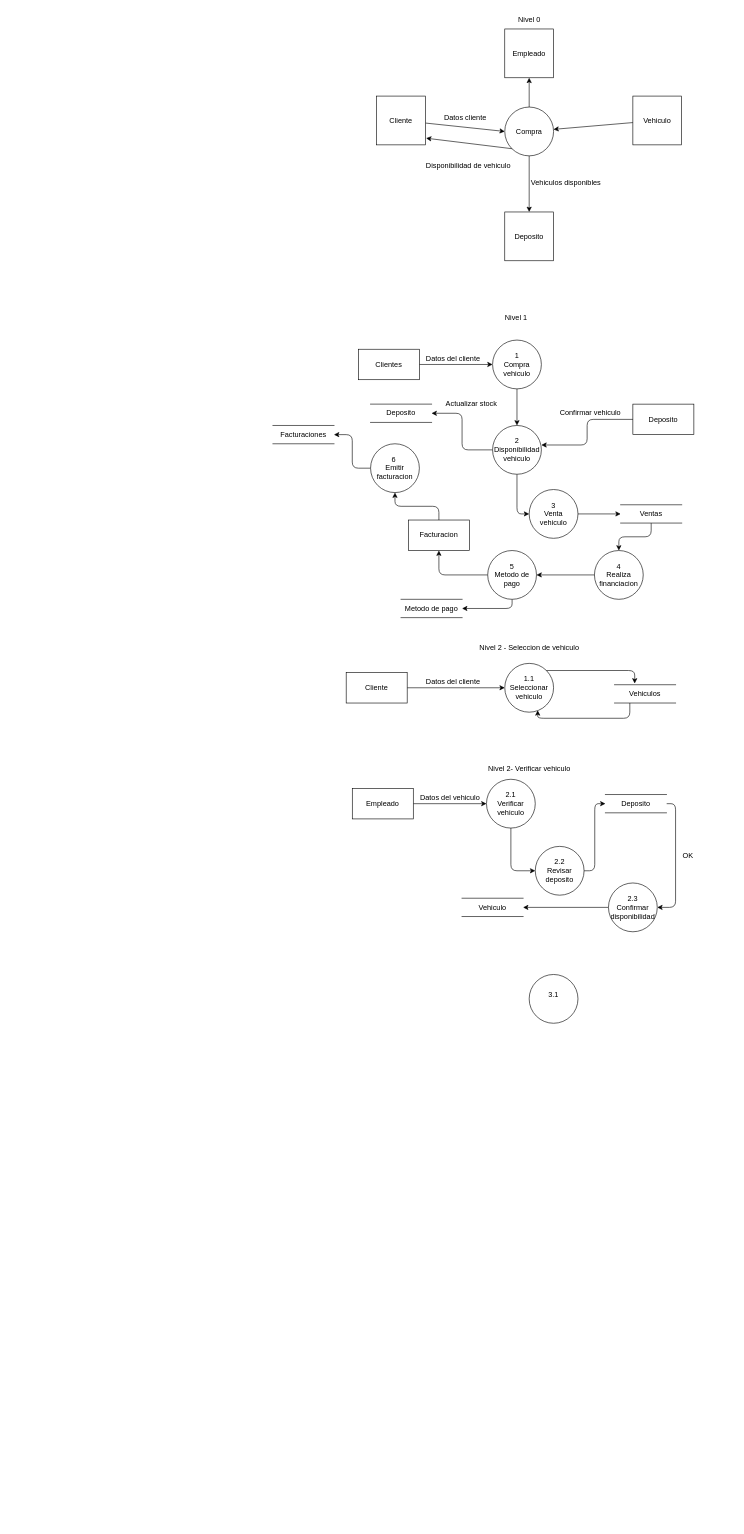
Above: DFD.drawio in FerLalle/PremiumQuality_AnalisisSistemas (draw.io), before the change. Source tidied: cells renumbered, new cells numbered last; positions are measured from the earlier drawing's top-left corner, leaving out a move shared by most shapes. Both pictures are drawn from the tidied source at 61%, with x=0, y=0 at pixel (273, 10).
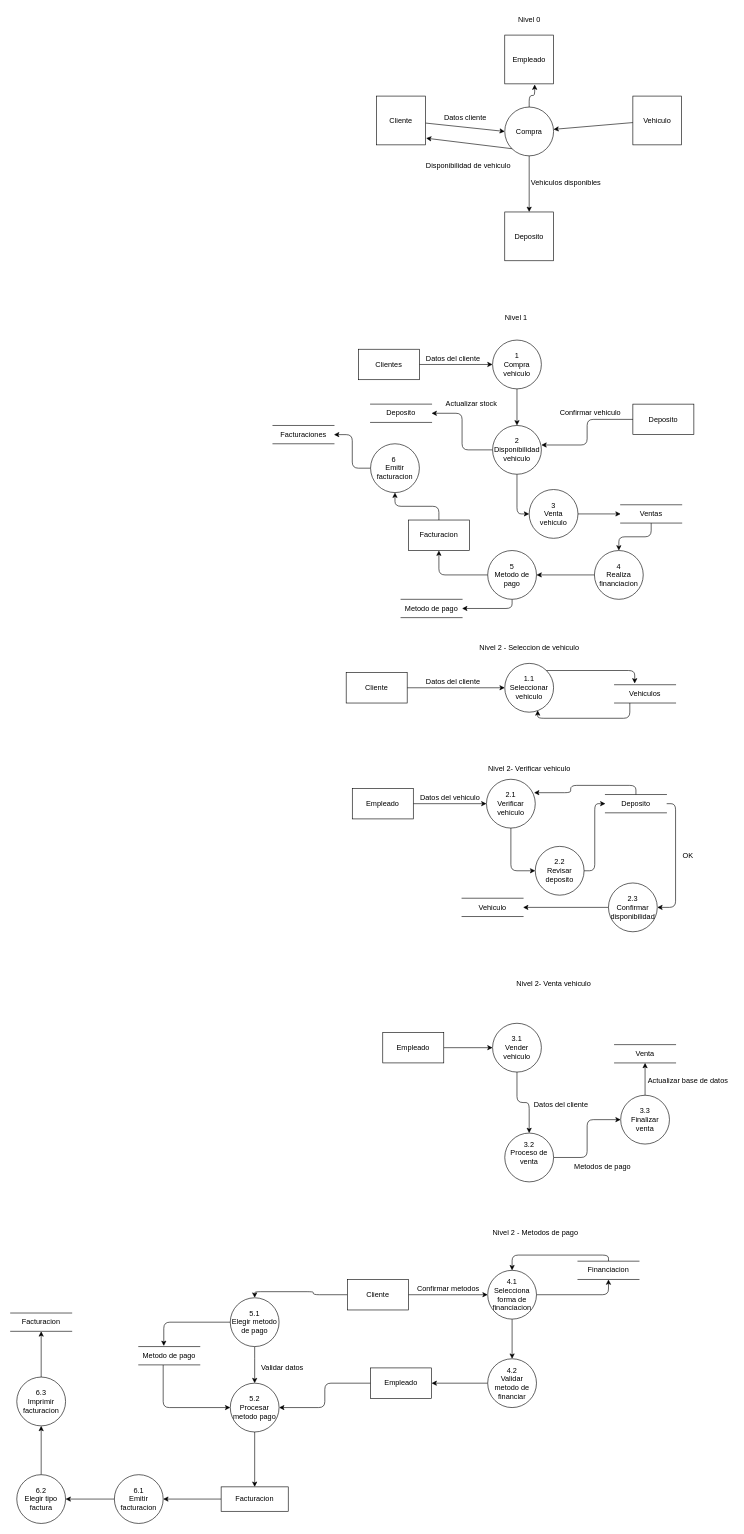
Above is the later version.

Commit message:
Finalizando nivel 2 DFD

Unchanged cells that the change refers to:
```xml
<mxCell id="4" value="Compra" style="ellipse;whiteSpace=wrap;html=1;" parent="1" vertex="1">
  <mxGeometry x="380" y="158" width="80" height="80" as="geometry" />
</mxCell>
<mxCell id="47" value="2.1&lt;div&gt;Verificar vehiculo&lt;/div&gt;" style="ellipse;whiteSpace=wrap;html=1;" parent="1" vertex="1">
  <mxGeometry x="350" y="1260" width="80" height="80" as="geometry" />
</mxCell>
<mxCell id="53" value="Deposito" style="html=1;dashed=0;whiteSpace=wrap;shape=partialRectangle;right=0;left=0;" parent="1" vertex="1">
  <mxGeometry x="545" y="1285" width="100" height="30" as="geometry" />
</mxCell>
```

Diff of the diagram source:
```diff
@@
-    <mxCell id="3" style="edgeStyle=none;html=1;entryX=0.5;entryY=1;entryDx=0;entryDy=0;" parent="1" edge="1" source="4" target="57">
-      <mxGeometry relative="1" as="geometry" />
-    </mxCell>
@@
+    <mxCell id="68" style="edgeStyle=orthogonalEdgeStyle;html=1;entryX=0.5;entryY=0;entryDx=0;entryDy=0;" parent="1" edge="1" source="54" target="73">
+      <mxGeometry relative="1" as="geometry" />
+    </mxCell>
-    <mxCell id="54" value="3.1&lt;div&gt;&lt;br&gt;&lt;/div&gt;" style="ellipse;whiteSpace=wrap;html=1;" parent="1" vertex="1">
-      <mxGeometry x="420" y="1580" width="80" height="80" as="geometry" />
+    <mxCell id="54" value="3.1&lt;div&gt;Vender vehiculo&lt;/div&gt;" style="ellipse;whiteSpace=wrap;html=1;" parent="1" vertex="1">
+      <mxGeometry x="360" y="1660" width="80" height="80" as="geometry" />
     </mxCell>
@@
-    <mxCell id="57" value="Empleado" style="whiteSpace=wrap;html=1;" parent="1" vertex="1">
-      <mxGeometry x="380" y="30" width="80" height="80" as="geometry" />
-    </mxCell>
@@
+    <mxCell id="69" style="edgeStyle=none;html=1;" parent="1" edge="1" source="70" target="54">
+      <mxGeometry relative="1" as="geometry" />
+    </mxCell>
+    <mxCell id="70" value="Empleado" style="html=1;dashed=0;whiteSpace=wrap;" parent="1" vertex="1">
+      <mxGeometry x="180" y="1675" width="100" height="50" as="geometry" />
+    </mxCell>
+    <mxCell id="71" value="Nivel 2- Venta vehiculo" style="text;html=1;align=center;verticalAlign=middle;strokeColor=none;fillColor=none;" parent="1" vertex="1">
+      <mxGeometry x="385" y="1580" width="150" height="30" as="geometry" />
+    </mxCell>
+    <mxCell id="72" style="edgeStyle=orthogonalEdgeStyle;html=1;entryX=0;entryY=0.5;entryDx=0;entryDy=0;" parent="1" edge="1" source="73" target="75">
+      <mxGeometry relative="1" as="geometry" />
+    </mxCell>
+    <mxCell id="73" value="3.2&lt;div&gt;&lt;font color=&quot;#000000&quot;&gt;Proceso de venta&lt;br&gt;&lt;/font&gt;&lt;div&gt;&lt;br&gt;&lt;/div&gt;&lt;/div&gt;" style="ellipse;whiteSpace=wrap;html=1;" parent="1" vertex="1">
+      <mxGeometry x="380" y="1840" width="80" height="80" as="geometry" />
+    </mxCell>
+    <mxCell id="74" style="edgeStyle=orthogonalEdgeStyle;html=1;entryX=0.5;entryY=1;entryDx=0;entryDy=0;" parent="1" edge="1" source="75" target="78">
+      <mxGeometry relative="1" as="geometry" />
+    </mxCell>
+    <mxCell id="75" value="3.3&lt;div&gt;Finalizar venta&lt;/div&gt;" style="ellipse;whiteSpace=wrap;html=1;" parent="1" vertex="1">
+      <mxGeometry x="570" y="1778" width="80" height="80" as="geometry" />
+    </mxCell>
+    <mxCell id="76" value="Datos del cliente" style="text;html=1;align=center;verticalAlign=middle;strokeColor=none;fillColor=none;" parent="1" vertex="1">
+      <mxGeometry x="417" y="1778" width="110" height="30" as="geometry" />
+    </mxCell>
+    <mxCell id="77" value="Metodos de pago" style="text;html=1;align=center;verticalAlign=middle;strokeColor=none;fillColor=none;" parent="1" vertex="1">
+      <mxGeometry x="480" y="1880" width="120" height="30" as="geometry" />
+    </mxCell>
+    <mxCell id="78" value="Venta" style="html=1;dashed=0;whiteSpace=wrap;shape=partialRectangle;right=0;left=0;" parent="1" vertex="1">
+      <mxGeometry x="560" y="1695" width="100" height="30" as="geometry" />
+    </mxCell>
+    <mxCell id="79" value="Actualizar base de datos" style="text;html=1;align=center;verticalAlign=middle;strokeColor=none;fillColor=none;" parent="1" vertex="1">
+      <mxGeometry x="605" y="1740" width="150" height="30" as="geometry" />
+    </mxCell>
+    <mxCell id="80" value="Nivel 2 - Metodos de pago" style="text;html=1;align=center;verticalAlign=middle;strokeColor=none;fillColor=none;" parent="1" vertex="1">
+      <mxGeometry x="350" y="1988" width="160" height="30" as="geometry" />
+    </mxCell>
+    <mxCell id="81" style="edgeStyle=orthogonalEdgeStyle;html=1;entryX=1;entryY=0.5;entryDx=0;entryDy=0;" parent="1" edge="1" source="82" target="94">
+      <mxGeometry relative="1" as="geometry" />
+    </mxCell>
+    <mxCell id="82" value="&lt;div&gt;&lt;div&gt;4.2&lt;/div&gt;&lt;/div&gt;&lt;div&gt;Validar metodo de financiar&lt;/div&gt;" style="ellipse;whiteSpace=wrap;html=1;" parent="1" vertex="1">
+      <mxGeometry x="352" y="2210" width="80" height="80" as="geometry" />
+    </mxCell>
+    <mxCell id="83" style="edgeStyle=orthogonalEdgeStyle;html=1;entryX=0.5;entryY=1;entryDx=0;entryDy=0;" parent="1" edge="1" source="85" target="92">
+      <mxGeometry relative="1" as="geometry" />
+    </mxCell>
+    <mxCell id="84" style="edgeStyle=orthogonalEdgeStyle;html=1;entryX=0.5;entryY=0;entryDx=0;entryDy=0;" parent="1" edge="1" source="85" target="82">
+      <mxGeometry relative="1" as="geometry" />
+    </mxCell>
+    <mxCell id="85" value="&lt;div&gt;&lt;div&gt;4.1&lt;/div&gt;&lt;/div&gt;&lt;div&gt;Selecciona forma de financiacion&lt;/div&gt;" style="ellipse;whiteSpace=wrap;html=1;" parent="1" vertex="1">
+      <mxGeometry x="352" y="2065" width="80" height="80" as="geometry" />
+    </mxCell>
+    <mxCell id="86" style="edgeStyle=orthogonalEdgeStyle;html=1;entryX=0;entryY=0.5;entryDx=0;entryDy=0;" parent="1" edge="1" source="88" target="85">
+      <mxGeometry relative="1" as="geometry" />
+    </mxCell>
+    <mxCell id="87" style="edgeStyle=orthogonalEdgeStyle;html=1;entryX=0.5;entryY=0;entryDx=0;entryDy=0;" parent="1" edge="1" source="88" target="96">
+      <mxGeometry relative="1" as="geometry" />
+    </mxCell>
+    <mxCell id="88" value="Cliente" style="html=1;dashed=0;whiteSpace=wrap;" parent="1" vertex="1">
+      <mxGeometry x="122" y="2080" width="100" height="50" as="geometry" />
+    </mxCell>
+    <mxCell id="89" value="Confirmar metodos" style="text;html=1;align=center;verticalAlign=middle;strokeColor=none;fillColor=none;" parent="1" vertex="1">
+      <mxGeometry x="222" y="2080" width="130" height="30" as="geometry" />
+    </mxCell>
+    <mxCell id="90" style="edgeStyle=orthogonalEdgeStyle;html=1;entryX=0.975;entryY=0.275;entryDx=0;entryDy=0;entryPerimeter=0;" parent="1" edge="1" source="53" target="47">
+      <mxGeometry relative="1" as="geometry">
+        <Array as="points">
+          <mxPoint x="595" y="1270" />
+          <mxPoint x="488" y="1270" />
+          <mxPoint x="488" y="1282" />
+        </Array>
+      </mxGeometry>
+    </mxCell>
+    <mxCell id="91" style="edgeStyle=orthogonalEdgeStyle;html=1;entryX=0.5;entryY=0;entryDx=0;entryDy=0;" parent="1" edge="1" source="92" target="85">
+      <mxGeometry relative="1" as="geometry">
+        <Array as="points">
+          <mxPoint x="550" y="2040" />
+          <mxPoint x="392" y="2040" />
+        </Array>
+      </mxGeometry>
+    </mxCell>
+    <mxCell id="92" value="Financiacion" style="html=1;dashed=0;whiteSpace=wrap;shape=partialRectangle;right=0;left=0;" parent="1" vertex="1">
+      <mxGeometry x="500" y="2050" width="100" height="30" as="geometry" />
+    </mxCell>
+    <mxCell id="93" style="edgeStyle=orthogonalEdgeStyle;html=1;entryX=1;entryY=0.5;entryDx=0;entryDy=0;" parent="1" edge="1" source="94" target="98">
+      <mxGeometry relative="1" as="geometry" />
+    </mxCell>
+    <mxCell id="94" value="Empleado" style="html=1;dashed=0;whiteSpace=wrap;" parent="1" vertex="1">
+      <mxGeometry x="160" y="2225" width="100" height="50" as="geometry" />
+    </mxCell>
+    <mxCell id="95" style="edgeStyle=orthogonalEdgeStyle;html=1;" parent="1" edge="1" source="96">
+      <mxGeometry relative="1" as="geometry">
+        <mxPoint x="-30" y="2250" as="targetPoint" />
+      </mxGeometry>
+    </mxCell>
+    <mxCell id="96" value="5.1&lt;br&gt;Elegir metodo de pago" style="ellipse;whiteSpace=wrap;html=1;" parent="1" vertex="1">
+      <mxGeometry x="-70" y="2110" width="80" height="80" as="geometry" />
+    </mxCell>
+    <mxCell id="97" style="edgeStyle=orthogonalEdgeStyle;html=1;" parent="1" edge="1" source="98" target="104">
+      <mxGeometry relative="1" as="geometry" />
+    </mxCell>
+    <mxCell id="98" value="5.2&lt;div&gt;Procesar metodo pago&lt;/div&gt;" style="ellipse;whiteSpace=wrap;html=1;" parent="1" vertex="1">
+      <mxGeometry x="-70" y="2250" width="80" height="80" as="geometry" />
+    </mxCell>
+    <mxCell id="99" style="edgeStyle=orthogonalEdgeStyle;html=1;entryX=0;entryY=0.5;entryDx=0;entryDy=0;" parent="1" edge="1" source="100" target="98">
+      <mxGeometry relative="1" as="geometry">
+        <Array as="points">
+          <mxPoint x="-180" y="2290" />
+        </Array>
+      </mxGeometry>
+    </mxCell>
+    <mxCell id="100" value="Metodo de pago" style="html=1;dashed=0;whiteSpace=wrap;shape=partialRectangle;right=0;left=0;" parent="1" vertex="1">
+      <mxGeometry x="-220" y="2190" width="100" height="30" as="geometry" />
+    </mxCell>
+    <mxCell id="101" style="edgeStyle=orthogonalEdgeStyle;html=1;entryX=0.41;entryY=-0.033;entryDx=0;entryDy=0;entryPerimeter=0;" parent="1" edge="1" source="96" target="100">
+      <mxGeometry relative="1" as="geometry" />
+    </mxCell>
+    <mxCell id="102" value="Validar datos" style="text;html=1;align=center;verticalAlign=middle;strokeColor=none;fillColor=none;" parent="1" vertex="1">
+      <mxGeometry x="-30" y="2210" width="90" height="30" as="geometry" />
+    </mxCell>
+    <mxCell id="103" style="edgeStyle=orthogonalEdgeStyle;html=1;" parent="1" edge="1" source="104" target="106">
+      <mxGeometry relative="1" as="geometry" />
+    </mxCell>
+    <mxCell id="104" value="Facturacion" style="whiteSpace=wrap;html=1;" parent="1" vertex="1">
+      <mxGeometry x="-85" y="2420" width="110" height="40" as="geometry" />
+    </mxCell>
+    <mxCell id="105" style="edgeStyle=orthogonalEdgeStyle;html=1;" parent="1" edge="1" source="106" target="108">
+      <mxGeometry relative="1" as="geometry" />
+    </mxCell>
+    <mxCell id="106" value="6.1&lt;div&gt;Emitir facturacion&lt;/div&gt;" style="ellipse;whiteSpace=wrap;html=1;" parent="1" vertex="1">
+      <mxGeometry x="-260" y="2400" width="80" height="80" as="geometry" />
+    </mxCell>
+    <mxCell id="107" style="edgeStyle=orthogonalEdgeStyle;html=1;" parent="1" edge="1" source="108" target="110">
+      <mxGeometry relative="1" as="geometry" />
+    </mxCell>
+    <mxCell id="108" value="6.2&lt;div&gt;Elegir tipo factura&lt;/div&gt;" style="ellipse;whiteSpace=wrap;html=1;" parent="1" vertex="1">
+      <mxGeometry x="-420" y="2400" width="80" height="80" as="geometry" />
+    </mxCell>
+    <mxCell id="109" style="edgeStyle=orthogonalEdgeStyle;html=1;entryX=0.5;entryY=1;entryDx=0;entryDy=0;" parent="1" edge="1" source="110" target="111">
+      <mxGeometry relative="1" as="geometry" />
+    </mxCell>
+    <mxCell id="110" value="6.3&lt;div&gt;&lt;span style=&quot;background-color: transparent;&quot;&gt;Imprimir facturacion&lt;/span&gt;&lt;/div&gt;" style="ellipse;whiteSpace=wrap;html=1;" parent="1" vertex="1">
+      <mxGeometry x="-420" y="2240" width="80" height="80" as="geometry" />
+    </mxCell>
+    <mxCell id="111" value="Facturacion" style="html=1;dashed=0;whiteSpace=wrap;shape=partialRectangle;right=0;left=0;" parent="1" vertex="1">
+      <mxGeometry x="-430" y="2135" width="100" height="30" as="geometry" />
+    </mxCell>
+    <mxCell id="57" value="Empleado" style="whiteSpace=wrap;html=1;" parent="1" vertex="1">
+      <mxGeometry x="380" y="40" width="80" height="80" as="geometry" />
+    </mxCell>
+    <mxCell id="3" style="edgeStyle=orthogonalEdgeStyle;html=1;entryX=0.613;entryY=1.013;entryDx=0;entryDy=0;entryPerimeter=0;" parent="1" edge="1" source="4" target="57">
+      <mxGeometry relative="1" as="geometry" />
+    </mxCell>
```
